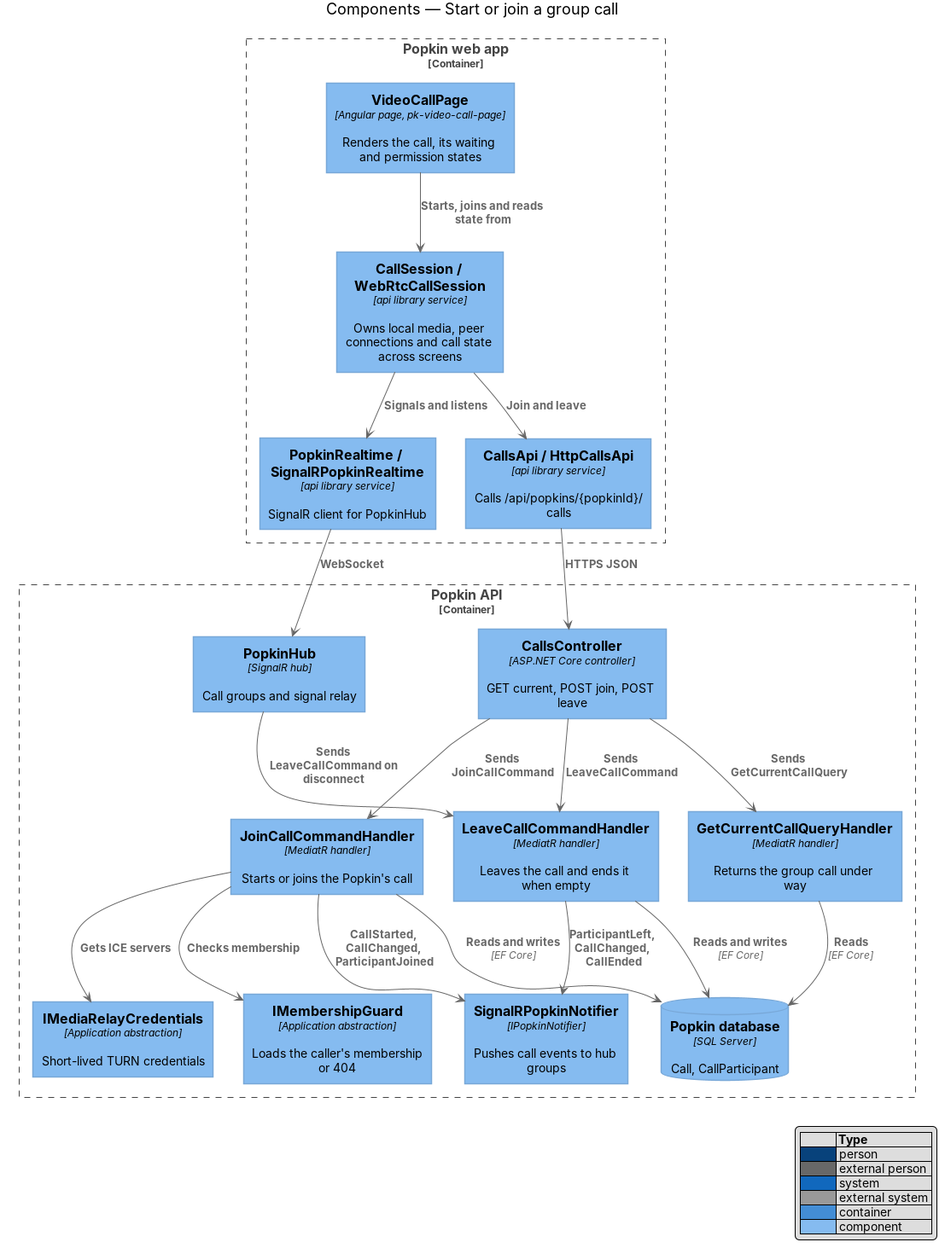
Before: docs/detailed-designs/calls/group-call/diagrams/c4-component.png, a diagram exported from PlantUML (QuinntyneBrown/popkin). Its source is kept beside it as docs/detailed-designs/calls/group-call/diagrams/c4-component.puml.
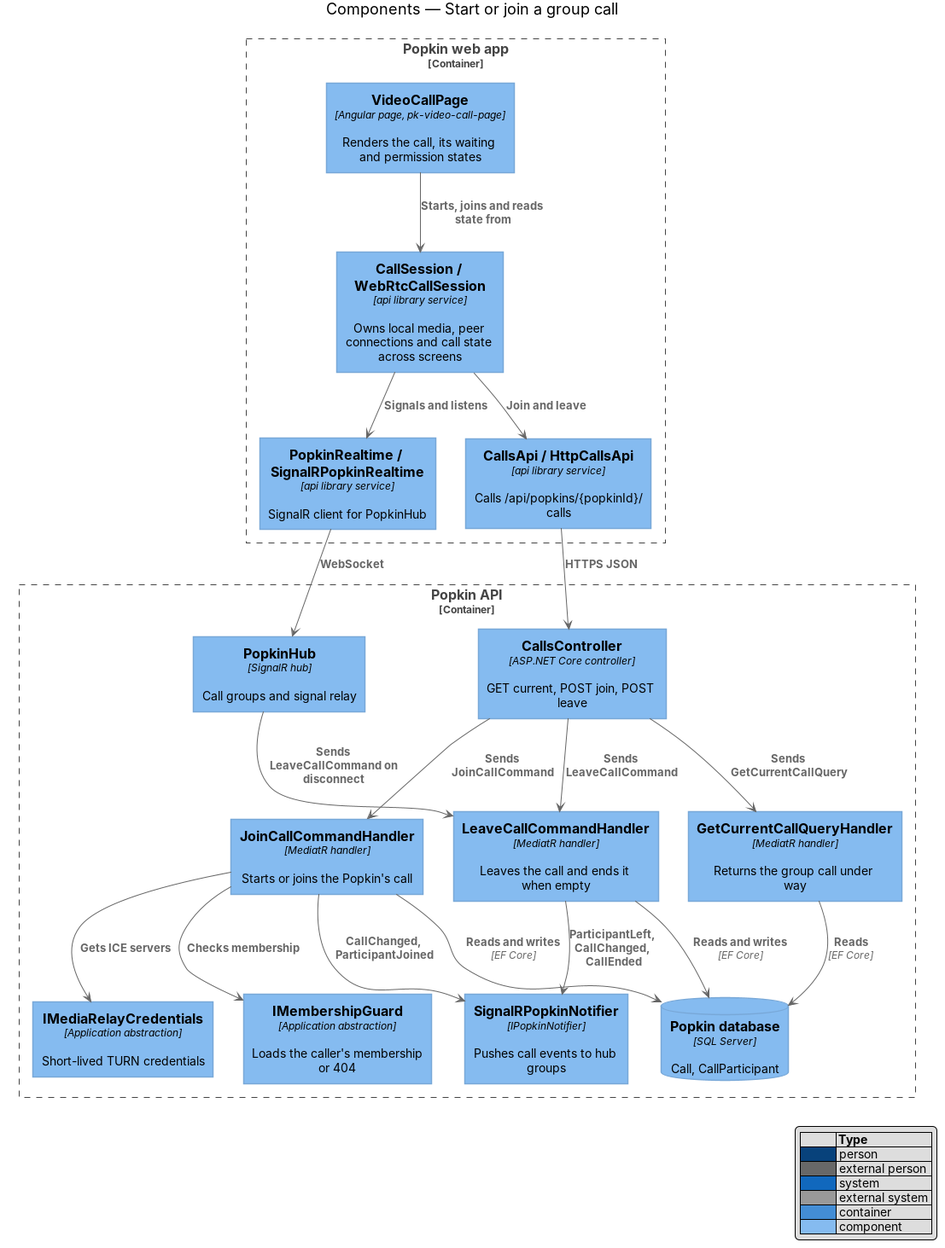
After the change.

Change to the diagram source:
```diff
@@ -32,7 +32,7 @@
 Rel(hub, leave, "Sends LeaveCallCommand on disconnect")
 Rel(join, guard, "Checks membership")
 Rel(join, creds, "Gets ICE servers")
-Rel(join, notifier, "CallStarted, CallChanged, ParticipantJoined")
+Rel(join, notifier, "CallChanged, ParticipantJoined")
 Rel(leave, notifier, "ParticipantLeft, CallChanged, CallEnded")
 Rel(join, db, "Reads and writes", "EF Core")
 Rel(leave, db, "Reads and writes", "EF Core")
```
